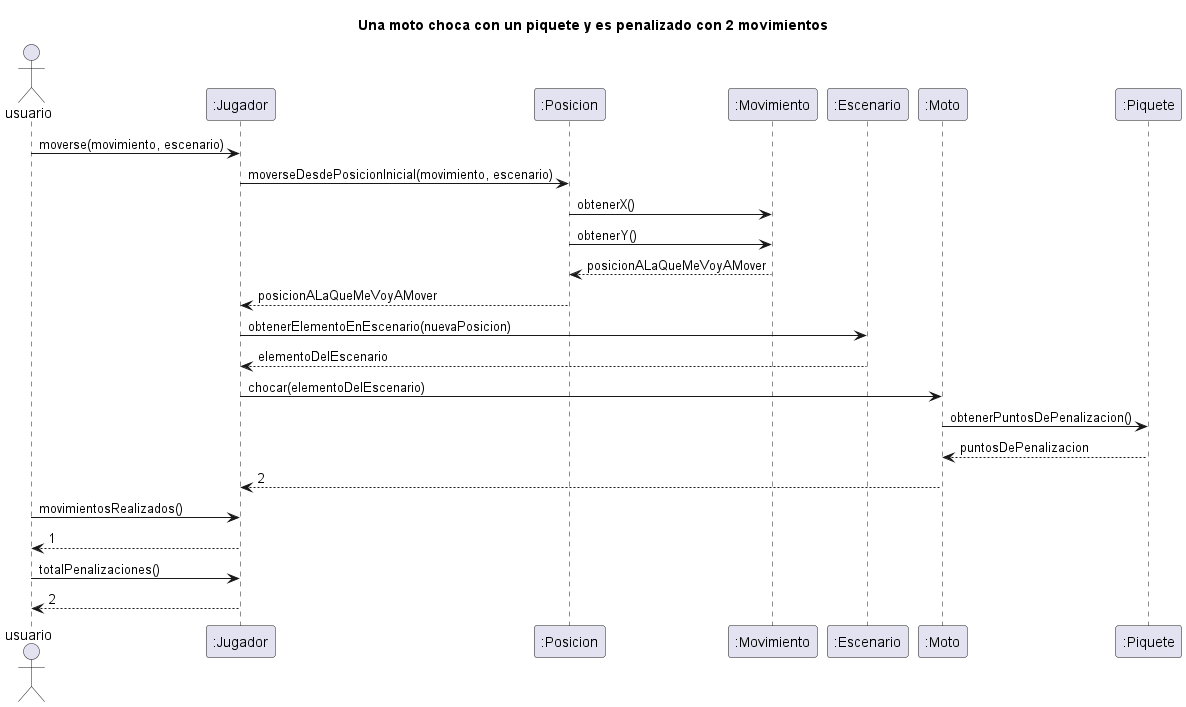
The PlantUML diagram diagrams/sequences/moto_choca_piquete.png in NestorPala/T17-GPSChallenge, before a commit. Its source is kept beside it as diagrams/sequences/moto_choca_piquete.puml.
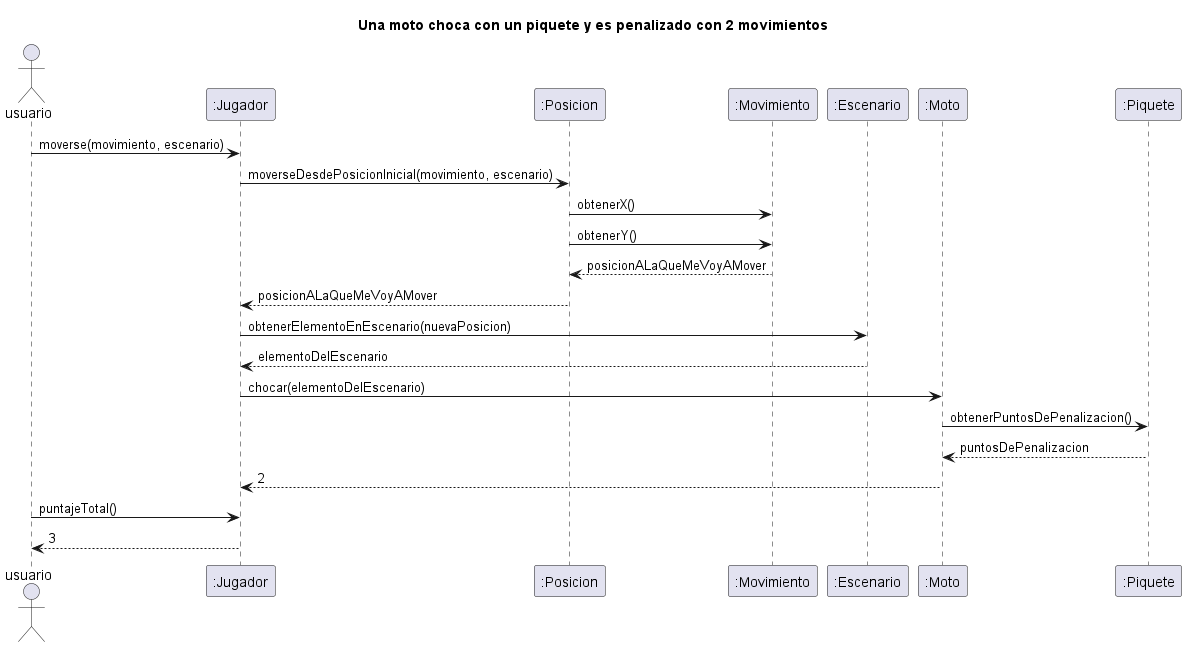
After the commit.

Change to the diagram source:
```diff
@@ -15,9 +15,7 @@
 ":Moto" -> ":Piquete": obtenerPuntosDePenalizacion()
 return puntosDePenalizacion
 ":Moto" --> ":Jugador": 2
-"usuario" -> ":Jugador": movimientosRealizados()
-return 1
-"usuario" -> ":Jugador": totalPenalizaciones()
-return 2
+"usuario" -> ":Jugador": puntajeTotal()
+return 3
 
 @enduml
```
